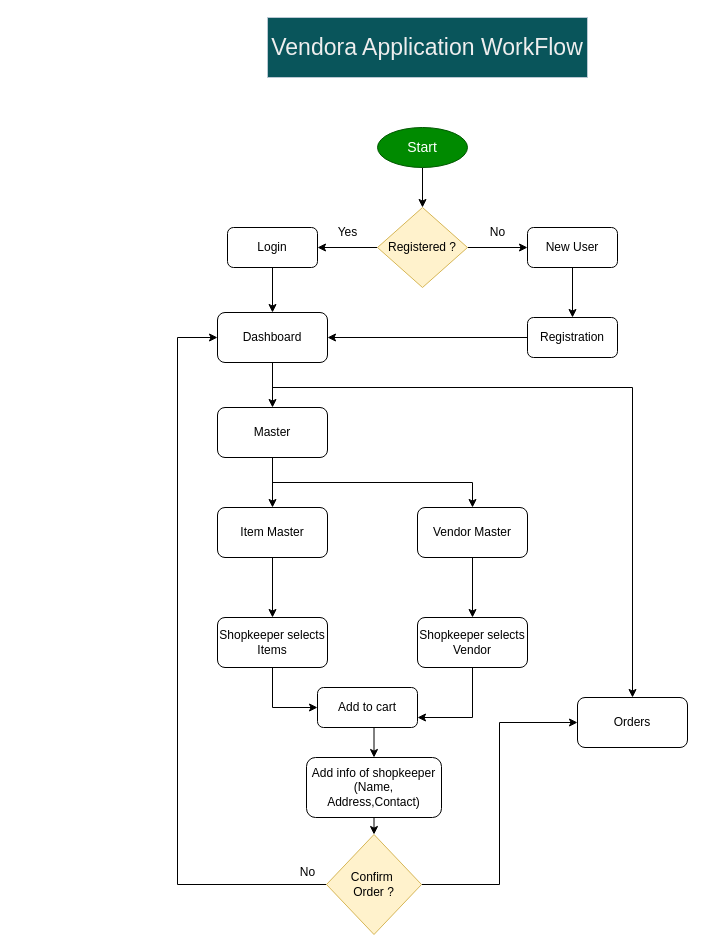
Above: Untitled Diagram.drawio in shivamshinde6164/Vendora (draw.io), before the change. Source tidied: cells renumbered, new cells numbered last; positions are measured from the earlier drawing's top-left corner, leaving out a move shared by most shapes. Both pictures are drawn from the tidied source at 100%, with x=0, y=0 at pixel (177, 17).
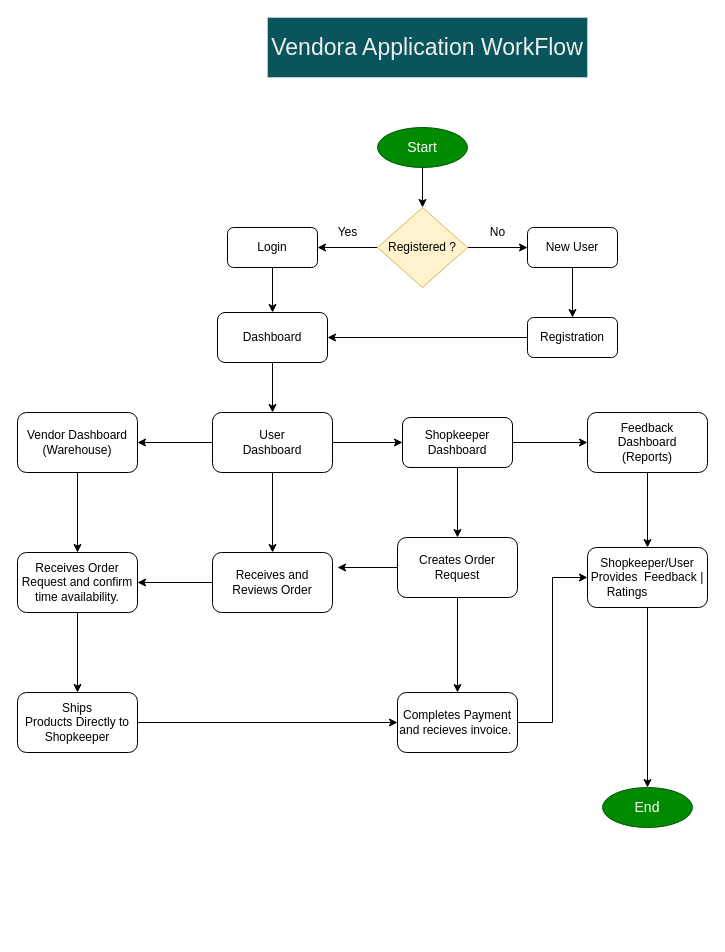
The same diagram, later.

Unchanged cells that the change refers to:
```xml
<mxCell id="18" value="Dashboard" style="rounded=1;whiteSpace=wrap;html=1;" parent="1" vertex="1">
  <mxGeometry x="40" y="295" width="110" height="50" as="geometry" />
</mxCell>
```

The edit, as a diff of the source:
```diff
@@
-    <mxCell id="16" style="edgeStyle=orthogonalEdgeStyle;rounded=0;jettySize=auto;html=1;exitX=0.5;exitY=1;exitDx=0;exitDy=0;entryX=0.5;entryY=0;entryDx=0;entryDy=0;" parent="1" edge="1" source="18" target="29">
-      <mxGeometry relative="1" as="geometry" />
-    </mxCell>
-    <mxCell id="17" style="edgeStyle=orthogonalEdgeStyle;rounded=0;jettySize=auto;html=1;exitX=0.5;exitY=1;exitDx=0;exitDy=0;entryX=0.5;entryY=0;entryDx=0;entryDy=0;" parent="1" edge="1" source="18" target="38">
-      <mxGeometry relative="1" as="geometry">
-        <Array as="points">
-          <mxPoint x="95" y="370" />
-          <mxPoint x="455" y="370" />
-        </Array>
-      </mxGeometry>
-    </mxCell>
+    <mxCell id="39" style="edgeStyle=orthogonalEdgeStyle;rounded=0;jettySize=auto;html=1;exitX=0.5;exitY=1;exitDx=0;exitDy=0;entryX=0.5;entryY=0;entryDx=0;entryDy=0;" parent="1" edge="1" source="18" target="53">
+      <mxGeometry relative="1" as="geometry" />
+    </mxCell>
@@
-    <mxCell id="19" style="edgeStyle=orthogonalEdgeStyle;rounded=0;jettySize=auto;html=1;exitX=0.5;exitY=1;exitDx=0;exitDy=0;entryX=0.5;entryY=0;entryDx=0;entryDy=0;" parent="1" edge="1" source="20" target="24">
-      <mxGeometry relative="1" as="geometry" />
-    </mxCell>
-    <mxCell id="20" value="Item Master" style="rounded=1;whiteSpace=wrap;html=1;" parent="1" vertex="1">
-      <mxGeometry x="40" y="490" width="110" height="50" as="geometry" />
-    </mxCell>
-    <mxCell id="21" style="edgeStyle=orthogonalEdgeStyle;rounded=0;jettySize=auto;html=1;exitX=0.5;exitY=1;exitDx=0;exitDy=0;entryX=0.5;entryY=0;entryDx=0;entryDy=0;" parent="1" edge="1" source="22" target="26">
-      <mxGeometry relative="1" as="geometry" />
-    </mxCell>
-    <mxCell id="22" value="Vendor Master" style="rounded=1;whiteSpace=wrap;html=1;" parent="1" vertex="1">
-      <mxGeometry x="240" y="490" width="110" height="50" as="geometry" />
-    </mxCell>
-    <mxCell id="23" style="edgeStyle=orthogonalEdgeStyle;rounded=0;jettySize=auto;html=1;exitX=0.5;exitY=1;exitDx=0;exitDy=0;entryX=0;entryY=0.5;entryDx=0;entryDy=0;" parent="1" edge="1" source="24" target="34">
-      <mxGeometry relative="1" as="geometry" />
-    </mxCell>
-    <mxCell id="24" value="Shopkeeper selects Items" style="rounded=1;whiteSpace=wrap;html=1;" parent="1" vertex="1">
-      <mxGeometry x="40" y="600" width="110" height="50" as="geometry" />
-    </mxCell>
-    <mxCell id="25" style="edgeStyle=orthogonalEdgeStyle;rounded=0;jettySize=auto;html=1;exitX=0.5;exitY=1;exitDx=0;exitDy=0;entryX=1;entryY=0.75;entryDx=0;entryDy=0;" parent="1" edge="1" source="26" target="34">
-      <mxGeometry relative="1" as="geometry" />
-    </mxCell>
-    <mxCell id="26" value="Shopkeeper selects Vendor" style="rounded=1;whiteSpace=wrap;html=1;" parent="1" vertex="1">
-      <mxGeometry x="240" y="600" width="110" height="50" as="geometry" />
-    </mxCell>
-    <mxCell id="27" style="edgeStyle=orthogonalEdgeStyle;rounded=0;jettySize=auto;html=1;exitX=0.5;exitY=1;exitDx=0;exitDy=0;entryX=0.5;entryY=0;entryDx=0;entryDy=0;" parent="1" edge="1" source="29" target="20">
-      <mxGeometry relative="1" as="geometry" />
-    </mxCell>
-    <mxCell id="28" style="edgeStyle=orthogonalEdgeStyle;rounded=0;jettySize=auto;html=1;exitX=0.5;exitY=1;exitDx=0;exitDy=0;entryX=0.5;entryY=0;entryDx=0;entryDy=0;" parent="1" edge="1" source="29" target="22">
-      <mxGeometry relative="1" as="geometry" />
-    </mxCell>
-    <mxCell id="29" value="Master" style="rounded=1;whiteSpace=wrap;html=1;" parent="1" vertex="1">
-      <mxGeometry x="40" y="390" width="110" height="50" as="geometry" />
-    </mxCell>
-    <mxCell id="30" style="edgeStyle=orthogonalEdgeStyle;rounded=0;jettySize=auto;html=1;exitX=0;exitY=0.5;exitDx=0;exitDy=0;entryX=0;entryY=0.5;entryDx=0;entryDy=0;" parent="1" edge="1" source="32" target="18">
-      <mxGeometry relative="1" as="geometry">
-        <Array as="points">
-          <mxPoint y="867" />
-          <mxPoint y="320" />
-        </Array>
-      </mxGeometry>
-    </mxCell>
-    <mxCell id="31" style="edgeStyle=orthogonalEdgeStyle;rounded=0;jettySize=auto;html=1;exitX=1;exitY=0.5;exitDx=0;exitDy=0;entryX=0;entryY=0.5;entryDx=0;entryDy=0;" parent="1" edge="1" source="32" target="38">
-      <mxGeometry relative="1" as="geometry" />
-    </mxCell>
-    <mxCell id="32" value="Confirm&amp;nbsp;&lt;br&gt;Order ?" style="rhombus;whiteSpace=wrap;html=1;fillColor=#fff2cc;strokeColor=#d6b656;" parent="1" vertex="1">
-      <mxGeometry x="149" y="817" width="95" height="100" as="geometry" />
-    </mxCell>
-    <mxCell id="33" style="edgeStyle=orthogonalEdgeStyle;rounded=0;jettySize=auto;html=1;exitX=0.5;exitY=1;exitDx=0;exitDy=0;entryX=0.5;entryY=0;entryDx=0;entryDy=0;" parent="1" edge="1" source="34" target="37">
-      <mxGeometry relative="1" as="geometry" />
-    </mxCell>
-    <mxCell id="34" value="Add to cart" style="rounded=1;whiteSpace=wrap;html=1;" parent="1" vertex="1">
-      <mxGeometry x="140" y="670" width="100" height="40" as="geometry" />
-    </mxCell>
-    <mxCell id="35" value="No" style="text;html=1;align=center;verticalAlign=middle;strokeColor=none;fillColor=none;" parent="1" vertex="1">
-      <mxGeometry x="110" y="840" width="40" height="30" as="geometry" />
-    </mxCell>
-    <mxCell id="36" style="edgeStyle=orthogonalEdgeStyle;rounded=0;jettySize=auto;html=1;exitX=0.5;exitY=1;exitDx=0;exitDy=0;entryX=0.5;entryY=0;entryDx=0;entryDy=0;" parent="1" edge="1" source="37" target="32">
-      <mxGeometry relative="1" as="geometry" />
-    </mxCell>
-    <mxCell id="37" value="Add info of shopkeeper&lt;br&gt;(Name, Address,Contact)" style="rounded=1;whiteSpace=wrap;html=1;" parent="1" vertex="1">
-      <mxGeometry x="129" y="740" width="135" height="60" as="geometry" />
-    </mxCell>
-    <mxCell id="38" value="Orders" style="rounded=1;whiteSpace=wrap;html=1;" parent="1" vertex="1">
-      <mxGeometry x="400" y="680" width="110" height="50" as="geometry" />
-    </mxCell>
+    <mxCell id="40" style="edgeStyle=orthogonalEdgeStyle;rounded=0;jettySize=auto;html=1;" parent="1" edge="1" source="42" target="49">
+      <mxGeometry relative="1" as="geometry" />
+    </mxCell>
+    <mxCell id="41" style="edgeStyle=orthogonalEdgeStyle;rounded=0;jettySize=auto;html=1;" parent="1" edge="1" source="42" target="46">
+      <mxGeometry relative="1" as="geometry" />
+    </mxCell>
+    <mxCell id="42" value="Shopkeeper&lt;br&gt;Dashboard" style="rounded=1;whiteSpace=wrap;html=1;" parent="1" vertex="1">
+      <mxGeometry x="225" y="400" width="110" height="50" as="geometry" />
+    </mxCell>
+    <mxCell id="43" style="edgeStyle=orthogonalEdgeStyle;rounded=0;jettySize=auto;html=1;" parent="1" edge="1" source="44" target="57">
+      <mxGeometry relative="1" as="geometry" />
+    </mxCell>
+    <mxCell id="44" value="Vendor Dashboard&lt;br&gt;(Warehouse)" style="whiteSpace=wrap;html=1;rounded=1;" parent="1" vertex="1">
+      <mxGeometry x="-160" y="395" width="120" height="60" as="geometry" />
+    </mxCell>
+    <mxCell id="45" style="edgeStyle=orthogonalEdgeStyle;rounded=0;jettySize=auto;html=1;" parent="1" edge="1" source="46" target="63">
+      <mxGeometry relative="1" as="geometry" />
+    </mxCell>
+    <mxCell id="46" value="Feedback&lt;br&gt;Dashboard&lt;br&gt;(Reports)" style="whiteSpace=wrap;html=1;rounded=1;" parent="1" vertex="1">
+      <mxGeometry x="410" y="395" width="120" height="60" as="geometry" />
+    </mxCell>
+    <mxCell id="47" style="edgeStyle=orthogonalEdgeStyle;rounded=0;jettySize=auto;html=1;exitX=0;exitY=0.5;exitDx=0;exitDy=0;entryX=1;entryY=0.5;entryDx=0;entryDy=0;" parent="1" edge="1" source="49">
+      <mxGeometry relative="1" as="geometry">
+        <mxPoint x="160" y="550" as="targetPoint" />
+      </mxGeometry>
+    </mxCell>
+    <mxCell id="48" style="edgeStyle=orthogonalEdgeStyle;rounded=0;jettySize=auto;html=1;exitX=0.5;exitY=1;exitDx=0;exitDy=0;entryX=0.5;entryY=0;entryDx=0;entryDy=0;" parent="1" edge="1" source="49" target="61">
+      <mxGeometry relative="1" as="geometry" />
+    </mxCell>
+    <mxCell id="49" value="&lt;span&gt;Creates &lt;/span&gt;&lt;span&gt;Order &lt;/span&gt;&lt;span&gt;Request&lt;/span&gt;" style="whiteSpace=wrap;html=1;rounded=1;" parent="1" vertex="1">
+      <mxGeometry x="220" y="520" width="120" height="60" as="geometry" />
+    </mxCell>
+    <mxCell id="50" style="edgeStyle=orthogonalEdgeStyle;rounded=0;jettySize=auto;html=1;exitX=1;exitY=0.5;exitDx=0;exitDy=0;entryX=0;entryY=0.5;entryDx=0;entryDy=0;" parent="1" edge="1" source="53" target="42">
+      <mxGeometry relative="1" as="geometry" />
+    </mxCell>
+    <mxCell id="51" style="edgeStyle=orthogonalEdgeStyle;rounded=0;jettySize=auto;html=1;" parent="1" edge="1" source="53" target="55">
+      <mxGeometry relative="1" as="geometry" />
+    </mxCell>
+    <mxCell id="52" style="edgeStyle=orthogonalEdgeStyle;rounded=0;jettySize=auto;html=1;exitX=0;exitY=0.5;exitDx=0;exitDy=0;entryX=1;entryY=0.5;entryDx=0;entryDy=0;" parent="1" edge="1" source="53" target="44">
+      <mxGeometry relative="1" as="geometry" />
+    </mxCell>
+    <mxCell id="53" value="User&lt;br&gt;Dashboard" style="whiteSpace=wrap;html=1;rounded=1;" parent="1" vertex="1">
+      <mxGeometry x="35" y="395" width="120" height="60" as="geometry" />
+    </mxCell>
+    <mxCell id="54" style="edgeStyle=orthogonalEdgeStyle;rounded=0;jettySize=auto;html=1;exitX=0;exitY=0.5;exitDx=0;exitDy=0;" parent="1" edge="1" source="55" target="57">
+      <mxGeometry relative="1" as="geometry" />
+    </mxCell>
+    <mxCell id="55" value="Receives and Reviews&amp;nbsp;Order" style="whiteSpace=wrap;html=1;rounded=1;" parent="1" vertex="1">
+      <mxGeometry x="35" y="535" width="120" height="60" as="geometry" />
+    </mxCell>
+    <mxCell id="56" style="edgeStyle=orthogonalEdgeStyle;rounded=0;jettySize=auto;html=1;" parent="1" edge="1" source="57" target="59">
+      <mxGeometry relative="1" as="geometry" />
+    </mxCell>
+    <mxCell id="57" value="&lt;span&gt;Receives &lt;/span&gt;&lt;span&gt;Order &lt;/span&gt;&lt;span&gt;Request and confirm time availability.&lt;/span&gt;" style="whiteSpace=wrap;html=1;rounded=1;" parent="1" vertex="1">
+      <mxGeometry x="-160" y="535" width="120" height="60" as="geometry" />
+    </mxCell>
+    <mxCell id="58" style="edgeStyle=orthogonalEdgeStyle;rounded=0;jettySize=auto;html=1;" parent="1" edge="1" source="59" target="61">
+      <mxGeometry relative="1" as="geometry" />
+    </mxCell>
+    <mxCell id="59" value="&lt;span&gt;Ships &lt;/span&gt;&lt;span&gt;Products&lt;/span&gt;&lt;span&gt;&amp;nbsp;&lt;/span&gt;&lt;span&gt;Directly &lt;/span&gt;&lt;span&gt;to &lt;/span&gt;&lt;span&gt;Shopkeeper&lt;/span&gt;" style="whiteSpace=wrap;html=1;rounded=1;" parent="1" vertex="1">
+      <mxGeometry x="-160" y="675" width="120" height="60" as="geometry" />
+    </mxCell>
+    <mxCell id="60" style="edgeStyle=orthogonalEdgeStyle;rounded=0;jettySize=auto;html=1;exitX=1;exitY=0.5;exitDx=0;exitDy=0;entryX=0;entryY=0.5;entryDx=0;entryDy=0;" parent="1" edge="1" source="61" target="63">
+      <mxGeometry relative="1" as="geometry" />
+    </mxCell>
+    <mxCell id="61" value="&lt;span&gt;Completes &lt;/span&gt;&lt;span&gt;Payment and recieves invoice.&amp;nbsp;&lt;/span&gt;" style="whiteSpace=wrap;html=1;rounded=1;" parent="1" vertex="1">
+      <mxGeometry x="220" y="675" width="120" height="60" as="geometry" />
+    </mxCell>
+    <mxCell id="62" style="edgeStyle=orthogonalEdgeStyle;rounded=0;jettySize=auto;html=1;exitX=0.5;exitY=1;exitDx=0;exitDy=0;" parent="1" edge="1" source="63" target="64">
+      <mxGeometry relative="1" as="geometry" />
+    </mxCell>
+    <mxCell id="63" value="&lt;span&gt;Shopkeeper/User &lt;/span&gt;&lt;span&gt;Provides &lt;/span&gt;&lt;span&gt;&amp;nbsp;&lt;/span&gt;&lt;span&gt;Feedback               &lt;/span&gt;&lt;span&gt;|&lt;/span&gt;&lt;span&gt;&amp;nbsp;&lt;/span&gt;&lt;span&gt;Ratings&amp;nbsp; &amp;nbsp; &amp;nbsp; &amp;nbsp; &amp;nbsp; &amp;nbsp; &amp;nbsp;&lt;/span&gt;" style="whiteSpace=wrap;html=1;rounded=1;" parent="1" vertex="1">
+      <mxGeometry x="410" y="530" width="120" height="60" as="geometry" />
+    </mxCell>
+    <mxCell id="64" value="&lt;font style=&quot;font-size: 14px;&quot;&gt;End&lt;/font&gt;" style="ellipse;whiteSpace=wrap;html=1;fillColor=#008a00;strokeColor=#005700;fontColor=#ffffff;" parent="1" vertex="1">
+      <mxGeometry x="425" y="770" width="90" height="40" as="geometry" />
+    </mxCell>
```
